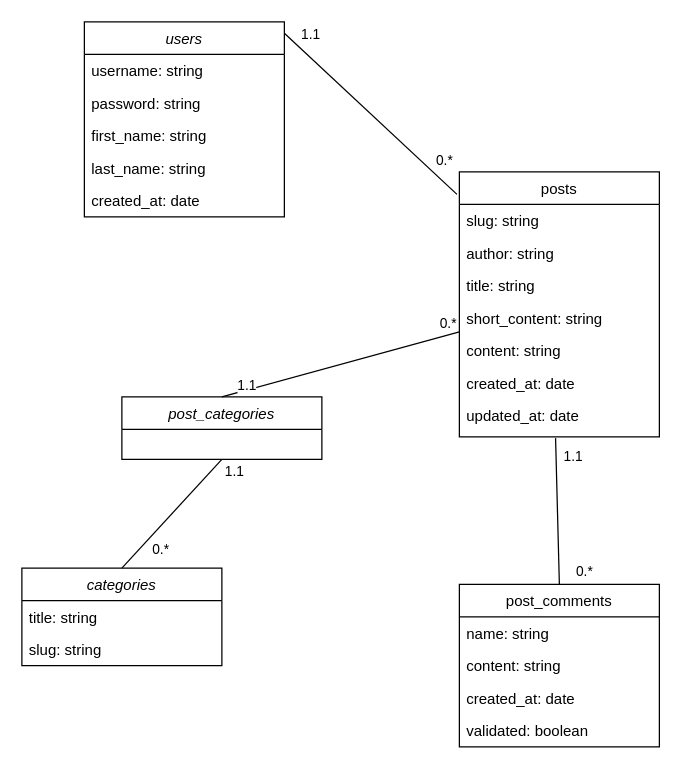
Earlier version of the draw.io diagram UML/diagramme-de-classes.drawio (Luca-OpenClassRooms/project_5). Source tidied: cells renumbered, new cells numbered last; positions are measured from the earlier drawing's top-left corner, leaving out a move shared by most shapes. Both pictures are drawn from the tidied source at 125%, with x=0, y=0 at pixel (21, 21).
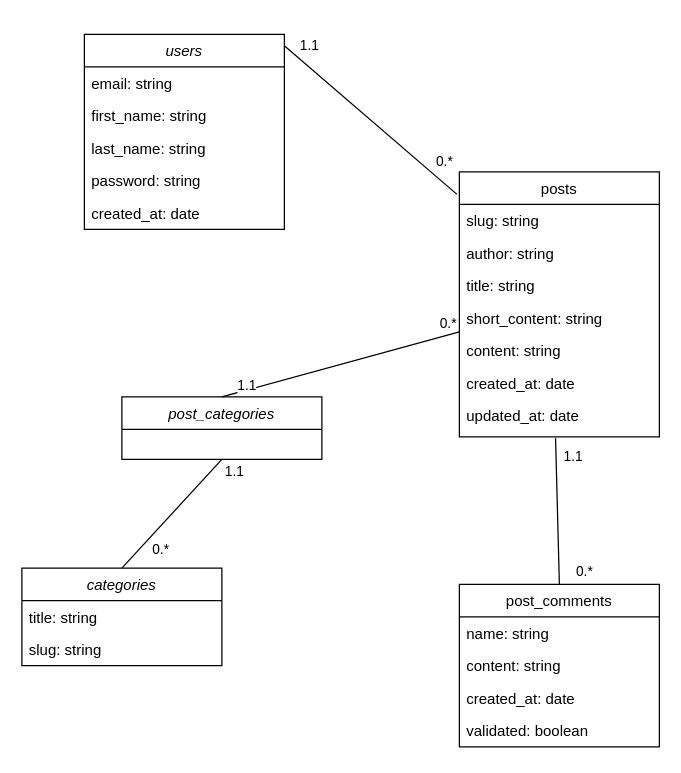
After the change.

Change to the diagram source:
```diff
@@
     <mxCell id="2" value="users" style="swimlane;fontStyle=2;align=center;verticalAlign=top;horizontal=1;startSize=26;rounded=0;shadow=0;strokeWidth=1;" parent="1" vertex="1">
-      <mxGeometry x="50" width="160" height="156" as="geometry" />
+      <mxGeometry x="50" y="10" width="160" height="156" as="geometry" />
     </mxCell>
-    <mxCell id="3" value="username: string" style="text;align=left;verticalAlign=top;spacingLeft=4;spacingRight=4;overflow=hidden;" parent="2" vertex="1">
-      <mxGeometry y="26" width="160" height="26" as="geometry" />
-    </mxCell>
-    <mxCell id="4" value="password: string" style="text;align=left;verticalAlign=top;spacingLeft=4;spacingRight=4;overflow=hidden;" parent="2" vertex="1">
-      <mxGeometry y="52" width="160" height="26" as="geometry" />
-    </mxCell>
+    <mxCell id="37" value="email: string" style="text;align=left;verticalAlign=top;spacingLeft=4;spacingRight=4;overflow=hidden;" parent="2" vertex="1">
+      <mxGeometry y="26" width="160" height="26" as="geometry" />
+    </mxCell>
     <mxCell id="5" value="first_name: string" style="text;align=left;verticalAlign=top;spacingLeft=4;spacingRight=4;overflow=hidden;" parent="2" vertex="1">
-      <mxGeometry y="78" width="160" height="26" as="geometry" />
+      <mxGeometry y="52" width="160" height="26" as="geometry" />
     </mxCell>
     <mxCell id="6" value="last_name: string" style="text;align=left;verticalAlign=top;spacingLeft=4;spacingRight=4;overflow=hidden;" parent="2" vertex="1">
-      <mxGeometry y="104" width="160" height="26" as="geometry" />
+      <mxGeometry y="78" width="160" height="26" as="geometry" />
     </mxCell>
+    <mxCell id="4" value="password: string" style="text;align=left;verticalAlign=top;spacingLeft=4;spacingRight=4;overflow=hidden;" parent="2" vertex="1">
+      <mxGeometry y="104" width="160" height="26" as="geometry" />
+    </mxCell>
```
